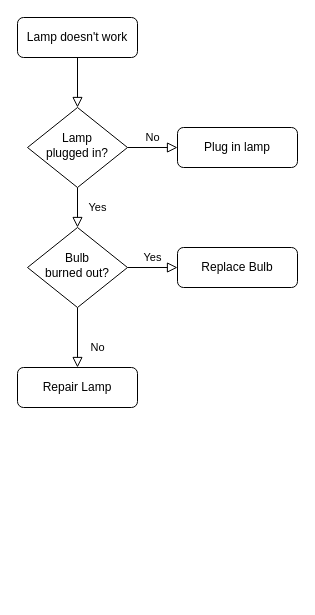
The draw.io diagram 美颜.drawio in brookchenli/drawio, before the edit. Source tidied: cells renumbered, new cells numbered last; positions are measured from the earlier drawing's top-left corner, leaving out a move shared by most shapes. Both pictures are drawn from the tidied source at 100%, with x=0, y=0 at pixel (17, 17).
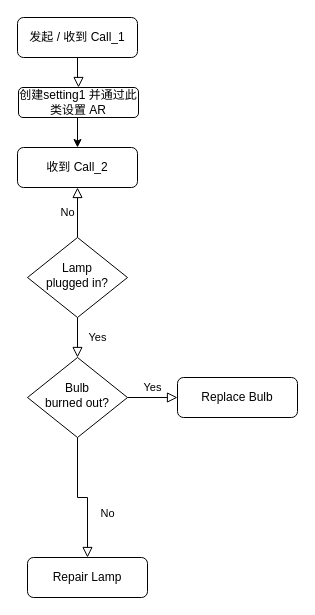
The same diagram, later.

What changed in the source:
```diff
@@
 <mxGraphModel>
   <root>
     <mxCell id="0" />
     <mxCell id="1" parent="0" />
-    <mxCell id="2" style="rounded=0;html=1;jettySize=auto;fontSize=11;endArrow=block;endFill=0;endSize=8;strokeWidth=1;shadow=0;labelBackgroundColor=none;edgeStyle=orthogonalEdgeStyle;" parent="1" edge="1" source="3" target="6">
+    <mxCell id="2" style="rounded=0;html=1;jettySize=auto;fontSize=11;endArrow=block;endFill=0;endSize=8;strokeWidth=1;shadow=0;labelBackgroundColor=none;edgeStyle=orthogonalEdgeStyle;entryX=0.5;entryY=0;entryDx=0;entryDy=0;" parent="1" edge="1" source="3" target="14">
       <mxGeometry relative="1" as="geometry" />
     </mxCell>
-    <mxCell id="3" value="Lamp doesn't work" style="rounded=1;whiteSpace=wrap;html=1;fontSize=12;glass=0;strokeWidth=1;shadow=0;" parent="1" vertex="1">
+    <mxCell id="3" value="发起 / 收到 Call_1" style="rounded=1;whiteSpace=wrap;html=1;fontSize=12;glass=0;strokeWidth=1;shadow=0;" parent="1" vertex="1">
       <mxGeometry width="120" height="40" as="geometry" />
     </mxCell>
     <mxCell id="4" value="Yes" style="rounded=0;html=1;jettySize=auto;fontSize=11;endArrow=block;endFill=0;endSize=8;strokeWidth=1;shadow=0;labelBackgroundColor=none;edgeStyle=orthogonalEdgeStyle;" parent="1" edge="1" source="6" target="10">
       <mxGeometry y="20" relative="1" as="geometry" />
     </mxCell>
     <mxCell id="5" value="No" style="edgeStyle=orthogonalEdgeStyle;rounded=0;html=1;jettySize=auto;fontSize=11;endArrow=block;endFill=0;endSize=8;strokeWidth=1;shadow=0;labelBackgroundColor=none;" parent="1" edge="1" source="6" target="7">
       <mxGeometry y="10" relative="1" as="geometry" />
     </mxCell>
     <mxCell id="6" value="Lamp&lt;br&gt;plugged in?" style="rhombus;whiteSpace=wrap;html=1;shadow=0;fontFamily=Helvetica;fontSize=12;align=center;strokeWidth=1;spacing=6;spacingTop=-4;" parent="1" vertex="1">
-      <mxGeometry x="10" y="90" width="100" height="80" as="geometry" />
+      <mxGeometry x="10" y="220" width="100" height="80" as="geometry" />
     </mxCell>
-    <mxCell id="7" value="Plug in lamp" style="rounded=1;whiteSpace=wrap;html=1;fontSize=12;glass=0;strokeWidth=1;shadow=0;" parent="1" vertex="1">
-      <mxGeometry x="160" y="110" width="120" height="40" as="geometry" />
+    <mxCell id="7" value="收到 Call_2" style="rounded=1;whiteSpace=wrap;html=1;fontSize=12;glass=0;strokeWidth=1;shadow=0;" parent="1" vertex="1">
+      <mxGeometry y="130" width="120" height="40" as="geometry" />
     </mxCell>
     <mxCell id="8" value="No" style="rounded=0;html=1;jettySize=auto;fontSize=11;endArrow=block;endFill=0;endSize=8;strokeWidth=1;shadow=0;labelBackgroundColor=none;edgeStyle=orthogonalEdgeStyle;" parent="1" edge="1" source="10" target="11">
       <mxGeometry x="0.33" y="20" relative="1" as="geometry" />
     </mxCell>
     <mxCell id="9" value="Yes" style="edgeStyle=orthogonalEdgeStyle;rounded=0;html=1;jettySize=auto;fontSize=11;endArrow=block;endFill=0;endSize=8;strokeWidth=1;shadow=0;labelBackgroundColor=none;" parent="1" edge="1" source="10" target="12">
       <mxGeometry y="10" relative="1" as="geometry" />
     </mxCell>
     <mxCell id="10" value="Bulb&lt;br&gt;burned out?" style="rhombus;whiteSpace=wrap;html=1;shadow=0;fontFamily=Helvetica;fontSize=12;align=center;strokeWidth=1;spacing=6;spacingTop=-4;" parent="1" vertex="1">
-      <mxGeometry x="10" y="210" width="100" height="80" as="geometry" />
+      <mxGeometry x="10" y="340" width="100" height="80" as="geometry" />
     </mxCell>
     <mxCell id="11" value="Repair Lamp" style="rounded=1;whiteSpace=wrap;html=1;fontSize=12;glass=0;strokeWidth=1;shadow=0;" parent="1" vertex="1">
-      <mxGeometry y="350" width="120" height="40" as="geometry" />
+      <mxGeometry x="10" y="540" width="120" height="40" as="geometry" />
     </mxCell>
     <mxCell id="12" value="Replace Bulb" style="rounded=1;whiteSpace=wrap;html=1;fontSize=12;glass=0;strokeWidth=1;shadow=0;" parent="1" vertex="1">
-      <mxGeometry x="160" y="230" width="120" height="40" as="geometry" />
+      <mxGeometry x="160" y="360" width="120" height="40" as="geometry" />
     </mxCell>
+    <mxCell id="13" style="edgeStyle=orthogonalEdgeStyle;rounded=0;jettySize=auto;html=1;exitX=0.5;exitY=1;exitDx=0;exitDy=0;" parent="1" edge="1" source="14">
+      <mxGeometry relative="1" as="geometry">
+        <mxPoint x="60" y="130" as="targetPoint" />
+      </mxGeometry>
+    </mxCell>
+    <mxCell id="14" value="创建setting1 并通过此类设置 AR" style="rounded=1;whiteSpace=wrap;html=1;" parent="1" vertex="1">
+      <mxGeometry x="1" y="70" width="120" height="30" as="geometry" />
+    </mxCell>
   </root>
 </mxGraphModel>
```
